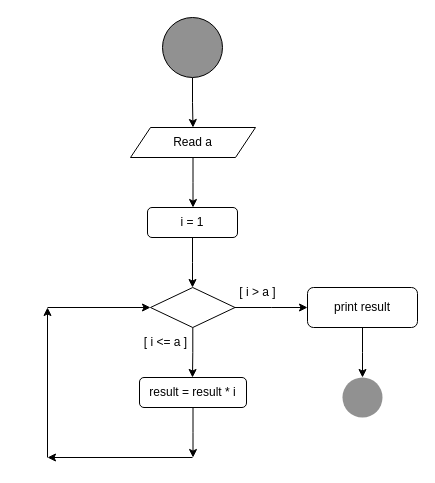
Above: ОП_Lab_1/ОП_Lab_1_k3_diagram.drawio in Erw1n-git/drawio_flowcharts (draw.io), before the change. Source tidied: cells renumbered, new cells numbered last; positions are measured from the earlier drawing's top-left corner, leaving out a move shared by most shapes. Both pictures are drawn from the tidied source at 100%, with x=0, y=0 at pixel (47, 17).
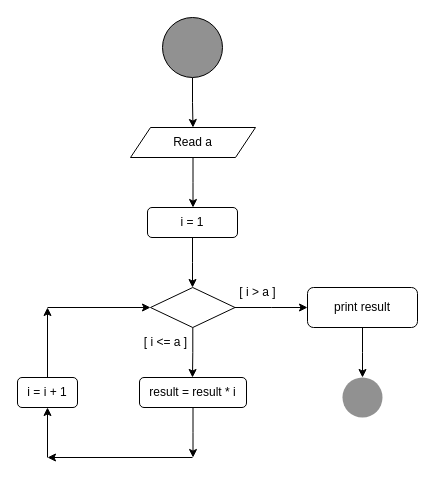
After the change.

The edit, as a diff of the source:
```diff
@@
-    <mxCell id="16" style="endArrow=classic;html=1;rounded=0;" parent="1" edge="1">
-      <mxGeometry relative="1" as="geometry">
-        <mxPoint y="440" as="sourcePoint" />
-        <mxPoint y="290" as="targetPoint" />
-      </mxGeometry>
-    </mxCell>
@@
+    <mxCell id="21" style="edgeStyle=orthogonalEdgeStyle;rounded=0;jettySize=auto;html=1;" parent="1" edge="1" source="22">
+      <mxGeometry relative="1" as="geometry">
+        <mxPoint y="290" as="targetPoint" />
+      </mxGeometry>
+    </mxCell>
+    <mxCell id="22" value="i = i + 1" style="rounded=1;whiteSpace=wrap;html=1;fillColor=#FFFFFF;" parent="1" vertex="1">
+      <mxGeometry x="-30" y="360" width="60" height="30" as="geometry" />
+    </mxCell>
+    <mxCell id="23" style="endArrow=classic;html=1;rounded=0;" parent="1" edge="1">
+      <mxGeometry relative="1" as="geometry">
+        <mxPoint y="440" as="sourcePoint" />
+        <mxPoint y="390" as="targetPoint" />
+      </mxGeometry>
+    </mxCell>
```
